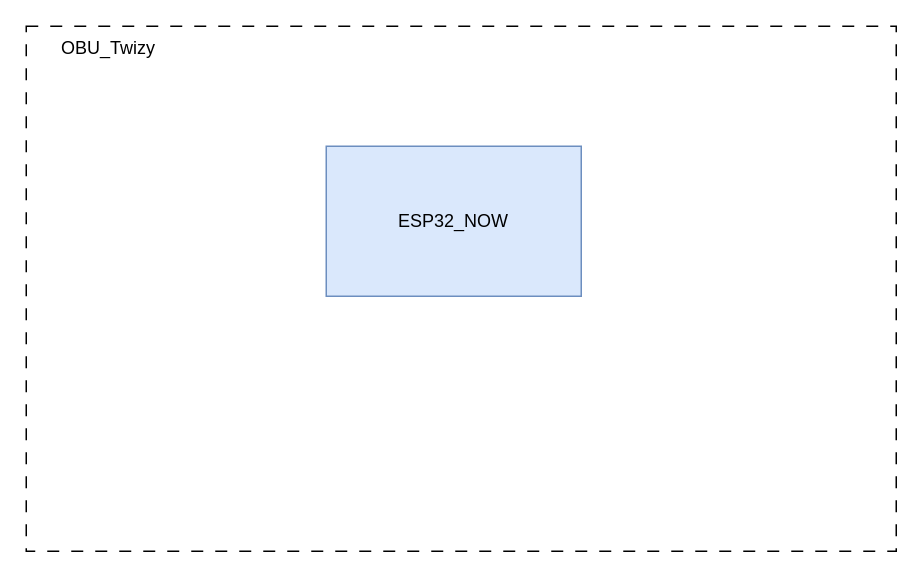
Above: Twizy_V2X_Board.drawio in MOHAMEDELHALOUA/STM32-developement-board (draw.io), before the change. Source tidied: cells renumbered, new cells numbered last; positions are measured from the earlier drawing's top-left corner, leaving out a move shared by most shapes. Both pictures are drawn from the tidied source at 150%, with x=0, y=0 at pixel (26, 26).
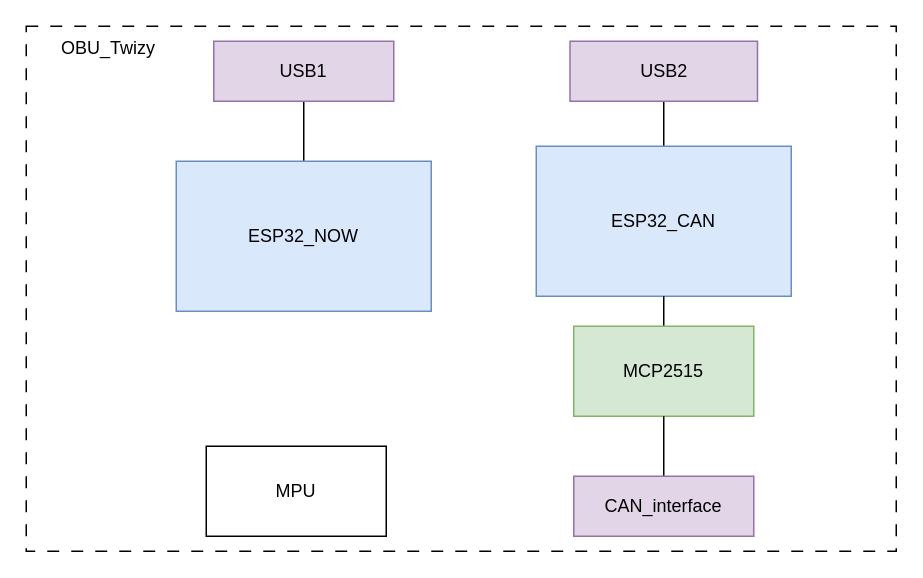
The same diagram, later.

The edit, as a diff of the source:
```diff
@@
 <mxGraphModel>
   <root>
     <mxCell id="0" />
     <mxCell id="1" parent="0" />
     <mxCell id="2" style="rounded=0;whiteSpace=wrap;html=1;fillColor=none;dashed=1;dashPattern=8 8;" parent="1" vertex="1">
       <mxGeometry width="580" height="350" as="geometry" />
     </mxCell>
     <mxCell id="3" value="&lt;div&gt;OBU_Twizy&lt;/div&gt;" style="text;html=1;align=center;verticalAlign=middle;whiteSpace=wrap;rounded=0;" parent="1" vertex="1">
       <mxGeometry width="110" height="30" as="geometry" />
     </mxCell>
+    <mxCell id="5" style="edgeStyle=orthogonalEdgeStyle;rounded=0;jettySize=auto;html=1;entryX=0.5;entryY=1;entryDx=0;entryDy=0;endArrow=none;endFill=0;" parent="1" edge="1" source="4" target="12">
+      <mxGeometry relative="1" as="geometry" />
+    </mxCell>
     <mxCell id="4" value="ESP32_NOW" style="rounded=0;whiteSpace=wrap;html=1;fillColor=#dae8fc;strokeColor=#6c8ebf;" parent="1" vertex="1">
-      <mxGeometry x="200" y="80" width="170" height="100" as="geometry" />
+      <mxGeometry x="100" y="90" width="170" height="100" as="geometry" />
     </mxCell>
+    <mxCell id="6" style="edgeStyle=orthogonalEdgeStyle;rounded=0;jettySize=auto;html=1;entryX=0.5;entryY=1;entryDx=0;entryDy=0;endArrow=none;endFill=0;" parent="1" edge="1" source="7" target="13">
+      <mxGeometry relative="1" as="geometry" />
+    </mxCell>
+    <mxCell id="7" value="ESP32_CAN" style="rounded=0;whiteSpace=wrap;html=1;fillColor=#dae8fc;strokeColor=#6c8ebf;" parent="1" vertex="1">
+      <mxGeometry x="340" y="80" width="170" height="100" as="geometry" />
+    </mxCell>
+    <mxCell id="8" style="edgeStyle=orthogonalEdgeStyle;rounded=0;jettySize=auto;html=1;entryX=0.5;entryY=1;entryDx=0;entryDy=0;startArrow=none;startFill=0;endArrow=none;endFill=0;" parent="1" edge="1" source="9" target="7">
+      <mxGeometry relative="1" as="geometry" />
+    </mxCell>
+    <mxCell id="9" value="MCP2515" style="rounded=0;whiteSpace=wrap;html=1;fillColor=#d5e8d4;strokeColor=#82b366;" parent="1" vertex="1">
+      <mxGeometry x="365" y="200" width="120" height="60" as="geometry" />
+    </mxCell>
+    <mxCell id="10" style="edgeStyle=orthogonalEdgeStyle;rounded=0;jettySize=auto;html=1;entryX=0.5;entryY=1;entryDx=0;entryDy=0;endArrow=none;endFill=0;" parent="1" edge="1" source="11" target="9">
+      <mxGeometry relative="1" as="geometry" />
+    </mxCell>
+    <mxCell id="11" value="&lt;div&gt;CAN_interface&lt;/div&gt;" style="rounded=0;whiteSpace=wrap;html=1;fillColor=#e1d5e7;strokeColor=#9673a6;" parent="1" vertex="1">
+      <mxGeometry x="365" y="300" width="120" height="40" as="geometry" />
+    </mxCell>
+    <mxCell id="12" value="USB1" style="rounded=0;whiteSpace=wrap;html=1;fillColor=#e1d5e7;strokeColor=#9673a6;" parent="1" vertex="1">
+      <mxGeometry x="125" y="10" width="120" height="40" as="geometry" />
+    </mxCell>
+    <mxCell id="13" value="USB2" style="rounded=0;whiteSpace=wrap;html=1;fillColor=#e1d5e7;strokeColor=#9673a6;" parent="1" vertex="1">
+      <mxGeometry x="362.5" y="10" width="125" height="40" as="geometry" />
+    </mxCell>
+    <mxCell id="14" value="MPU" style="rounded=0;whiteSpace=wrap;html=1;" parent="1" vertex="1">
+      <mxGeometry x="120" y="280" width="120" height="60" as="geometry" />
+    </mxCell>
   </root>
 </mxGraphModel>
```
